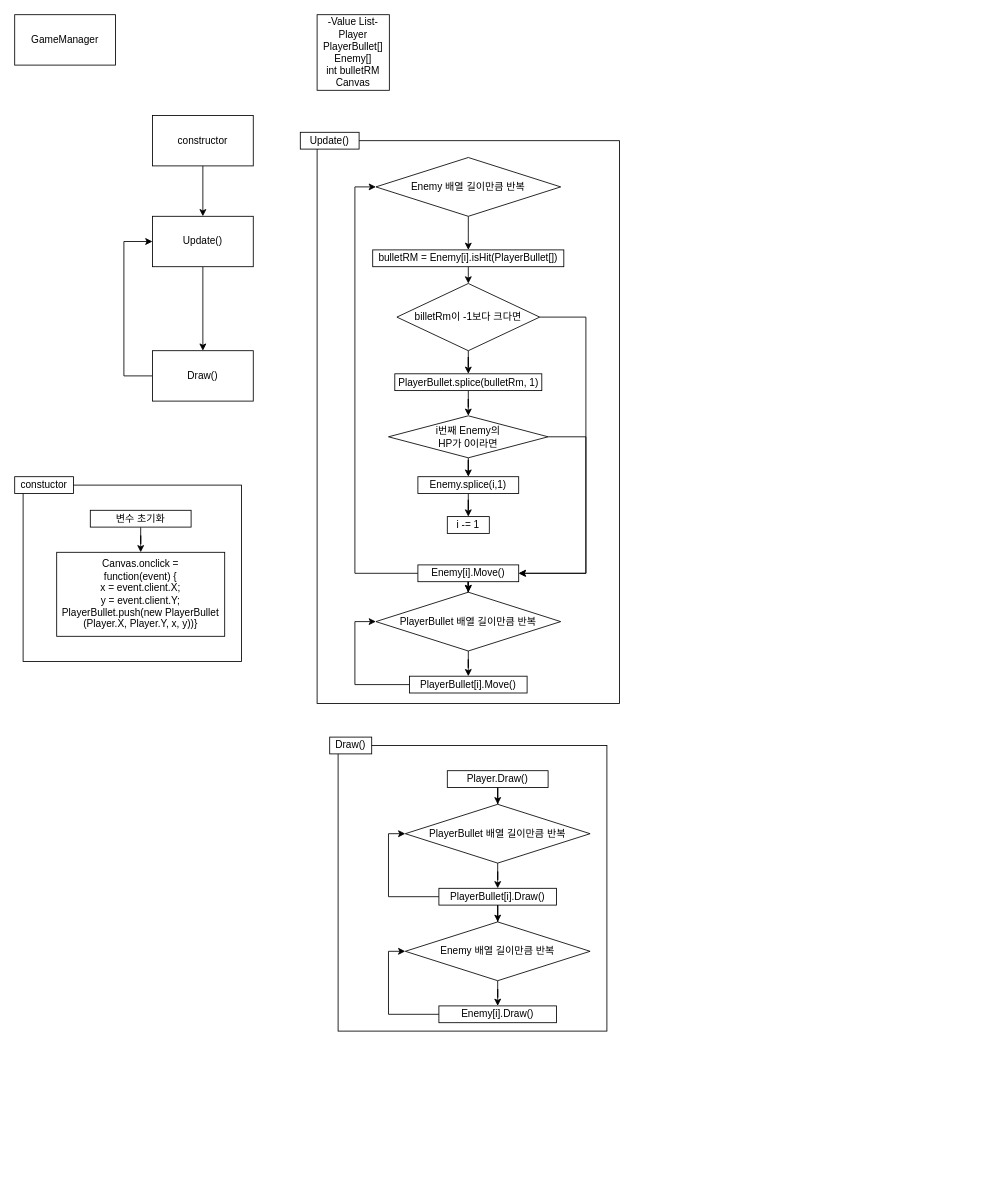
Before: 게임매니저.drawio in GTByun/RWStudy, a draw.io diagram. Source tidied: cells renumbered, new cells numbered last; positions are measured from the earlier drawing's top-left corner, leaving out a move shared by most shapes. Both pictures are drawn from the tidied source at 84%, with x=0, y=0 at pixel (14, 14).
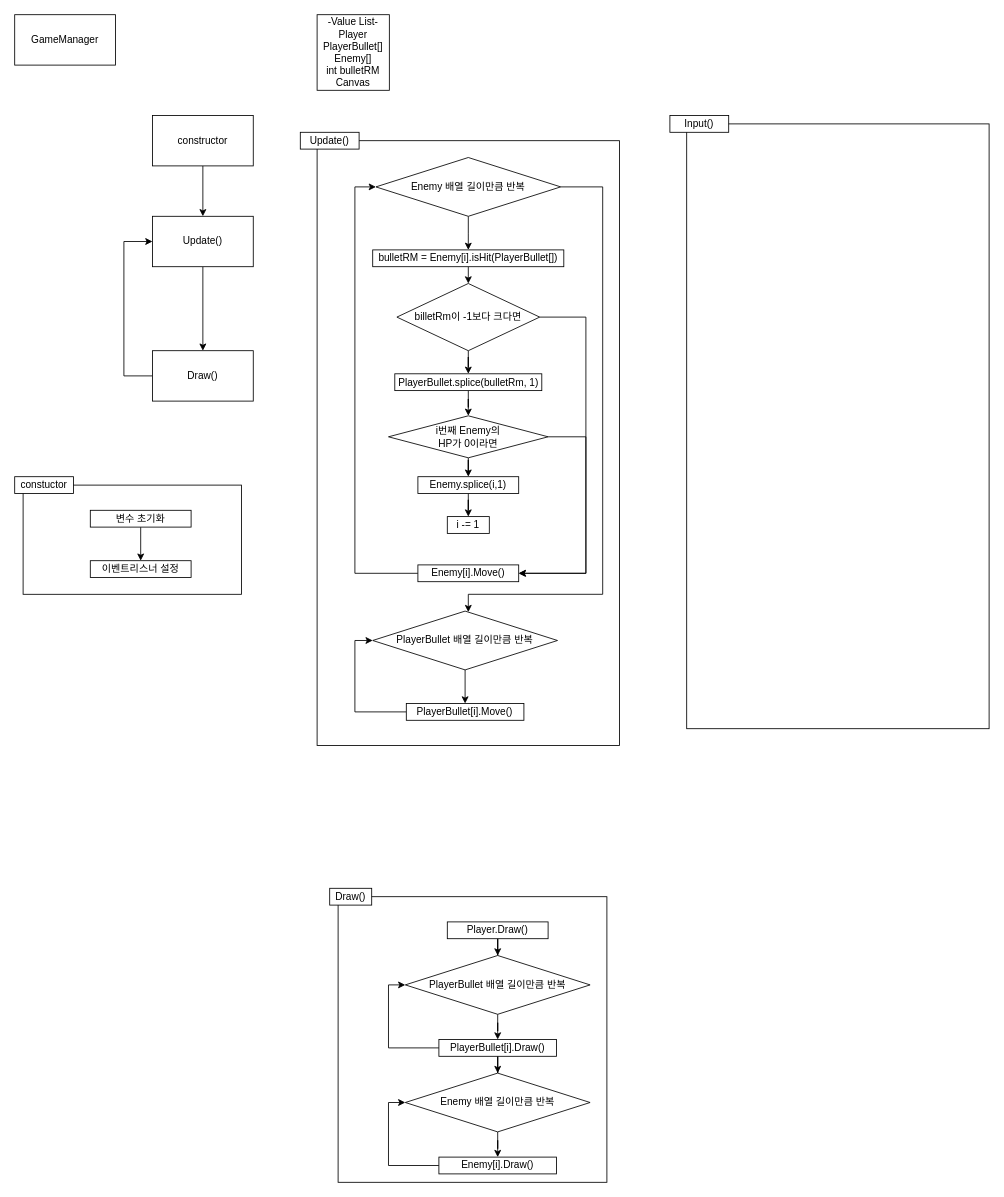
Above is the later version.

Commit message (it also covers changes not shown here):
[GT] 클래스 다이어그램 수정

The change refers to these unchanged cells:
```xml
<mxCell id="15" value="Enemy 배열 길이만큼 반복" style="rhombus;whiteSpace=wrap;html=1;" parent="1" vertex="1">
  <mxGeometry x="430" y="170" width="220" height="70" as="geometry" />
</mxCell>
<mxCell id="21" value="Enemy[i].Move()" style="rounded=0;whiteSpace=wrap;html=1;" parent="1" vertex="1">
  <mxGeometry x="480" y="655" width="120" height="20" as="geometry" />
</mxCell>
```

Change to the diagram source:
```diff
@@
     <mxCell id="2" style="rounded=0;whiteSpace=wrap;html=1;" parent="1" vertex="1">
-      <mxGeometry x="10" y="560" width="260" height="210" as="geometry" />
+      <mxGeometry x="10" y="560" width="260" height="130" as="geometry" />
     </mxCell>
     <mxCell id="3" style="rounded=0;whiteSpace=wrap;html=1;" parent="1" vertex="1">
-      <mxGeometry x="385" y="870" width="320" height="340" as="geometry" />
+      <mxGeometry x="385" y="1050" width="320" height="340" as="geometry" />
     </mxCell>
     <mxCell id="4" style="rounded=0;whiteSpace=wrap;html=1;" parent="1" vertex="1">
-      <mxGeometry x="360" y="150" width="360" height="670" as="geometry" />
+      <mxGeometry x="360" y="150" width="360" height="720" as="geometry" />
     </mxCell>
@@
+    <mxCell id="53" style="edgeStyle=orthogonalEdgeStyle;rounded=0;jettySize=auto;html=1;" parent="1" edge="1" source="15" target="23">
+      <mxGeometry relative="1" as="geometry">
+        <Array as="points">
+          <mxPoint x="700" y="205" />
+          <mxPoint x="700" y="690" />
+          <mxPoint x="540" y="690" />
+        </Array>
+      </mxGeometry>
+    </mxCell>
@@
-    <mxCell id="18" style="edgeStyle=orthogonalEdgeStyle;rounded=0;jettySize=auto;html=1;exitX=0.5;exitY=1;exitDx=0;exitDy=0;" parent="1" edge="1" source="21" target="23">
-      <mxGeometry relative="1" as="geometry" />
-    </mxCell>
-    <mxCell id="19" style="edgeStyle=orthogonalEdgeStyle;rounded=0;jettySize=auto;html=1;" parent="1" edge="1" source="21" target="23">
-      <mxGeometry relative="1" as="geometry" />
-    </mxCell>
@@
     <mxCell id="23" value="PlayerBullet 배열 길이만큼 반복" style="rhombus;whiteSpace=wrap;html=1;" parent="1" vertex="1">
-      <mxGeometry x="430" y="687.5" width="220" height="70" as="geometry" />
+      <mxGeometry x="426.2" y="710" width="220" height="70" as="geometry" />
     </mxCell>
     <mxCell id="24" style="edgeStyle=orthogonalEdgeStyle;rounded=0;jettySize=auto;html=1;entryX=0;entryY=0.5;entryDx=0;entryDy=0;" parent="1" edge="1" source="25" target="23">
       <mxGeometry relative="1" as="geometry">
         <Array as="points">
-          <mxPoint x="405" y="797.5" />
-          <mxPoint x="405" y="722.5" />
+          <mxPoint x="405" y="830" />
+          <mxPoint x="405" y="745" />
         </Array>
       </mxGeometry>
     </mxCell>
     <mxCell id="25" value="PlayerBullet[i].Move()" style="rounded=0;whiteSpace=wrap;html=1;" parent="1" vertex="1">
-      <mxGeometry x="470" y="787.5" width="140" height="20" as="geometry" />
+      <mxGeometry x="466.2" y="820" width="140" height="20" as="geometry" />
     </mxCell>
     <mxCell id="26" value="Draw()" style="rounded=0;whiteSpace=wrap;html=1;" parent="1" vertex="1">
-      <mxGeometry x="375" y="860" width="50" height="20" as="geometry" />
+      <mxGeometry x="375" y="1040" width="50" height="20" as="geometry" />
     </mxCell>
@@
     <mxCell id="28" value="Player.Draw()" style="rounded=0;whiteSpace=wrap;html=1;" parent="1" vertex="1">
-      <mxGeometry x="515" y="900" width="120" height="20" as="geometry" />
+      <mxGeometry x="515" y="1080" width="120" height="20" as="geometry" />
     </mxCell>
@@
     <mxCell id="30" value="PlayerBullet 배열 길이만큼 반복" style="rhombus;whiteSpace=wrap;html=1;" parent="1" vertex="1">
-      <mxGeometry x="465" y="940" width="220" height="70" as="geometry" />
+      <mxGeometry x="465" y="1120" width="220" height="70" as="geometry" />
     </mxCell>
     <mxCell id="31" style="edgeStyle=orthogonalEdgeStyle;rounded=0;jettySize=auto;html=1;entryX=0;entryY=0.5;entryDx=0;entryDy=0;" parent="1" edge="1" source="33" target="30">
       <mxGeometry relative="1" as="geometry">
         <Array as="points">
-          <mxPoint x="445" y="1050" />
-          <mxPoint x="445" y="975" />
+          <mxPoint x="445" y="1230" />
+          <mxPoint x="445" y="1155" />
         </Array>
       </mxGeometry>
     </mxCell>
@@
     <mxCell id="33" value="PlayerBullet[i].Draw()" style="rounded=0;whiteSpace=wrap;html=1;" parent="1" vertex="1">
-      <mxGeometry x="505" y="1040" width="140" height="20" as="geometry" />
+      <mxGeometry x="505" y="1220" width="140" height="20" as="geometry" />
     </mxCell>
@@
     <mxCell id="35" value="Enemy 배열 길이만큼 반복" style="rhombus;whiteSpace=wrap;html=1;" parent="1" vertex="1">
-      <mxGeometry x="465" y="1080" width="220" height="70" as="geometry" />
+      <mxGeometry x="465" y="1260" width="220" height="70" as="geometry" />
     </mxCell>
     <mxCell id="36" style="edgeStyle=orthogonalEdgeStyle;rounded=0;jettySize=auto;html=1;entryX=0;entryY=0.5;entryDx=0;entryDy=0;" parent="1" edge="1" source="37" target="35">
       <mxGeometry relative="1" as="geometry">
         <Array as="points">
-          <mxPoint x="445" y="1190" />
-          <mxPoint x="445" y="1115" />
+          <mxPoint x="445" y="1370" />
+          <mxPoint x="445" y="1295" />
         </Array>
       </mxGeometry>
     </mxCell>
     <mxCell id="37" value="Enemy[i].Draw()" style="rounded=0;whiteSpace=wrap;html=1;" parent="1" vertex="1">
-      <mxGeometry x="505" y="1180" width="140" height="20" as="geometry" />
+      <mxGeometry x="505" y="1360" width="140" height="20" as="geometry" />
     </mxCell>
@@
-    <mxCell id="49" value="Canvas.onclick =&lt;br&gt;function(event) {&lt;br&gt;x = event.client.X;&lt;br&gt;y = event.client.Y;&lt;br&gt;PlayerBullet.push(new PlayerBullet&lt;br&gt;(Player.X, Player.Y, x, y))}" style="rounded=0;whiteSpace=wrap;html=1;" parent="1" vertex="1">
-      <mxGeometry x="50" y="640" width="200" height="100" as="geometry" />
+    <mxCell id="49" value="이벤트리스너 설정" style="rounded=0;whiteSpace=wrap;html=1;" parent="1" vertex="1">
+      <mxGeometry x="90" y="650" width="120" height="20" as="geometry" />
     </mxCell>
@@
+    <mxCell id="54" style="rounded=0;whiteSpace=wrap;html=1;" parent="1" vertex="1">
+      <mxGeometry x="800" y="130" width="360" height="720" as="geometry" />
+    </mxCell>
+    <mxCell id="55" value="Input()" style="rounded=0;whiteSpace=wrap;html=1;direction=south;" parent="1" vertex="1">
+      <mxGeometry x="780" y="120" width="70" height="20" as="geometry" />
+    </mxCell>
```
